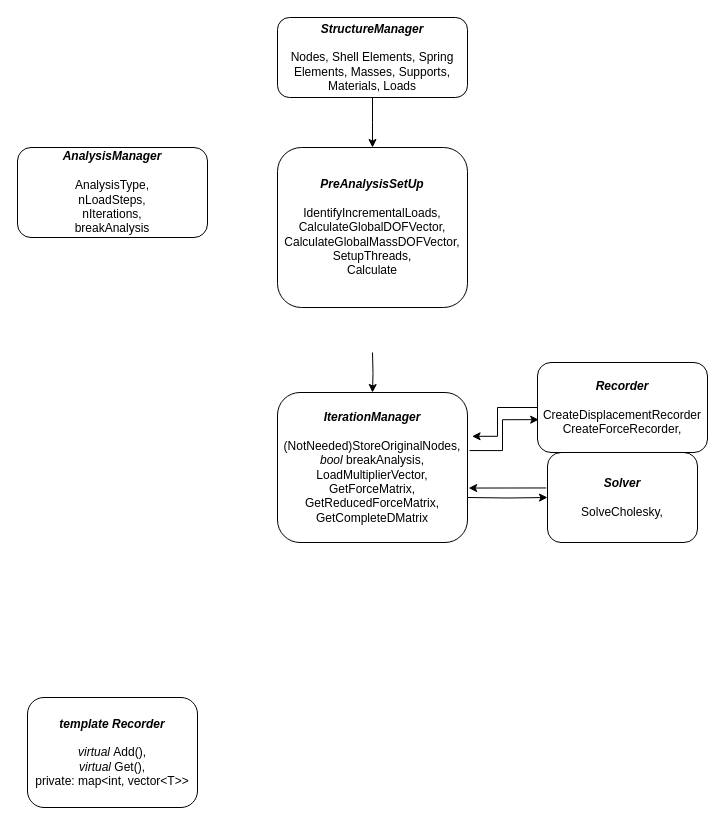
Before: CLTConsole_Flowchart.drawio in rsalgad/ConsoleFEM, a draw.io diagram. Source tidied: cells renumbered, new cells numbered last; positions are measured from the earlier drawing's top-left corner, leaving out a move shared by most shapes. Both pictures are drawn from the tidied source at 100%, with x=0, y=0 at pixel (17, 17).
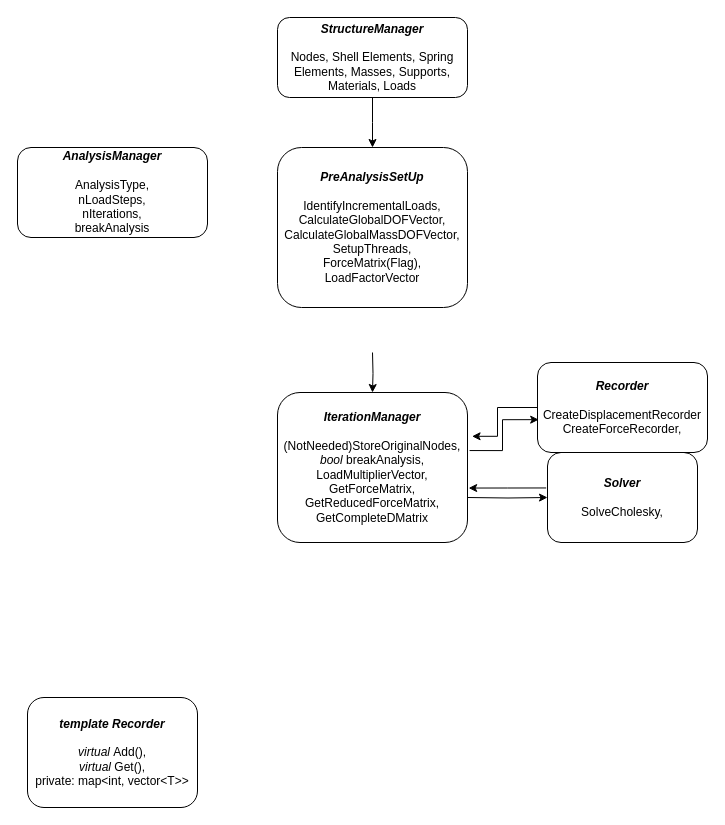
The same page after the edit.

Diff of the diagram source:
```diff
@@
 <mxGraphModel>
   <root>
     <mxCell id="0" />
     <mxCell id="1" parent="0" />
     <mxCell id="2" style="edgeStyle=orthogonalEdgeStyle;rounded=0;jettySize=auto;html=1;" parent="1" edge="1" source="3">
       <mxGeometry relative="1" as="geometry">
         <mxPoint x="355" y="130" as="targetPoint" />
       </mxGeometry>
     </mxCell>
     <mxCell id="3" value="&lt;i&gt;&lt;b&gt;StructureManager&lt;/b&gt;&lt;br&gt;&lt;/i&gt;&lt;br&gt;Nodes, Shell Elements, Spring Elements, Masses, Supports, Materials, Loads" style="rounded=1;whiteSpace=wrap;html=1;" parent="1" vertex="1">
       <mxGeometry x="260" width="190" height="80" as="geometry" />
     </mxCell>
     <mxCell id="4" style="edgeStyle=orthogonalEdgeStyle;rounded=0;jettySize=auto;html=1;" parent="1" edge="1" target="8">
       <mxGeometry relative="1" as="geometry">
         <mxPoint x="355" y="335" as="sourcePoint" />
       </mxGeometry>
     </mxCell>
-    <mxCell id="5" value="&lt;i style=&quot;font-weight: bold&quot;&gt;PreAnalysisSetUp&lt;/i&gt;&lt;br&gt;&lt;br&gt;IdentifyIncrementalLoads, CalculateGlobalDOFVector, CalculateGlobalMassDOFVector,&lt;br&gt;SetupThreads,&lt;br&gt;Calculate" style="rounded=1;whiteSpace=wrap;html=1;" parent="1" vertex="1">
+    <mxCell id="5" value="&lt;i style=&quot;font-weight: bold&quot;&gt;PreAnalysisSetUp&lt;/i&gt;&lt;br&gt;&lt;br&gt;IdentifyIncrementalLoads, CalculateGlobalDOFVector, CalculateGlobalMassDOFVector,&lt;br&gt;SetupThreads,&lt;br&gt;ForceMatrix(Flag),&lt;br&gt;LoadFactorVector" style="rounded=1;whiteSpace=wrap;html=1;" parent="1" vertex="1">
       <mxGeometry x="260" y="130" width="190" height="160" as="geometry" />
     </mxCell>
     <mxCell id="6" style="edgeStyle=orthogonalEdgeStyle;rounded=0;jettySize=auto;html=1;" parent="1" edge="1" target="10">
       <mxGeometry relative="1" as="geometry">
         <mxPoint x="450" y="480" as="sourcePoint" />
       </mxGeometry>
     </mxCell>
     <mxCell id="7" style="edgeStyle=orthogonalEdgeStyle;rounded=0;jettySize=auto;html=1;entryX=0.007;entryY=0.635;entryDx=0;entryDy=0;exitX=1.011;exitY=0.387;exitDx=0;exitDy=0;exitPerimeter=0;entryPerimeter=0;" parent="1" edge="1" source="8" target="12">
       <mxGeometry relative="1" as="geometry" />
     </mxCell>
     <mxCell id="8" value="&lt;i style=&quot;font-weight: bold&quot;&gt;IterationManager&lt;/i&gt;&lt;br&gt;&lt;br&gt;(NotNeeded)StoreOriginalNodes,&lt;br&gt;&lt;i&gt;bool&lt;/i&gt;&amp;nbsp;breakAnalysis,&lt;br&gt;LoadMultiplierVector,&lt;br&gt;GetForceMatrix,&lt;br&gt;GetReducedForceMatrix,&lt;br&gt;GetCompleteDMatrix" style="rounded=1;whiteSpace=wrap;html=1;" parent="1" vertex="1">
       <mxGeometry x="260" y="375" width="190" height="150" as="geometry" />
     </mxCell>
     <mxCell id="9" style="edgeStyle=orthogonalEdgeStyle;rounded=0;jettySize=auto;html=1;entryX=1.006;entryY=0.637;entryDx=0;entryDy=0;entryPerimeter=0;exitX=-0.009;exitY=0.394;exitDx=0;exitDy=0;exitPerimeter=0;" parent="1" edge="1" source="10" target="8">
       <mxGeometry relative="1" as="geometry" />
     </mxCell>
     <mxCell id="10" value="&lt;i style=&quot;font-weight: bold&quot;&gt;Solver&lt;/i&gt;&lt;br&gt;&lt;br&gt;SolveCholesky," style="rounded=1;whiteSpace=wrap;html=1;" parent="1" vertex="1">
       <mxGeometry x="530" y="435" width="150" height="90" as="geometry" />
     </mxCell>
     <mxCell id="11" style="edgeStyle=orthogonalEdgeStyle;rounded=0;jettySize=auto;html=1;entryX=1.024;entryY=0.292;entryDx=0;entryDy=0;entryPerimeter=0;" parent="1" edge="1" source="12" target="8">
       <mxGeometry relative="1" as="geometry">
         <Array as="points">
           <mxPoint x="480" y="390" />
           <mxPoint x="480" y="419" />
         </Array>
       </mxGeometry>
     </mxCell>
     <mxCell id="12" value="&lt;i style=&quot;font-weight: bold&quot;&gt;Recorder&lt;/i&gt;&lt;br&gt;&lt;br&gt;CreateDisplacementRecorder&lt;br&gt;CreateForceRecorder," style="rounded=1;whiteSpace=wrap;html=1;" parent="1" vertex="1">
       <mxGeometry x="520" y="345" width="170" height="90" as="geometry" />
     </mxCell>
     <mxCell id="13" value="&lt;i style=&quot;font-weight: bold&quot;&gt;template Recorder&lt;/i&gt;&lt;br&gt;&lt;br&gt;&lt;i&gt;virtual&lt;/i&gt;&amp;nbsp;Add(),&lt;br&gt;&lt;i&gt;virtual&lt;/i&gt; Get(),&lt;br&gt;private: map&amp;lt;int, vector&amp;lt;T&amp;gt;&amp;gt;" style="rounded=1;whiteSpace=wrap;html=1;" parent="1" vertex="1">
       <mxGeometry x="10" y="680" width="170" height="110" as="geometry" />
     </mxCell>
     <mxCell id="14" value="&lt;i style=&quot;font-weight: bold&quot;&gt;AnalysisManager&lt;/i&gt;&lt;br&gt;&lt;br&gt;AnalysisType,&lt;br&gt;nLoadSteps,&lt;br&gt;nIterations,&lt;br&gt;breakAnalysis" style="rounded=1;whiteSpace=wrap;html=1;" parent="1" vertex="1">
       <mxGeometry y="130" width="190" height="90" as="geometry" />
     </mxCell>
   </root>
 </mxGraphModel>
```
